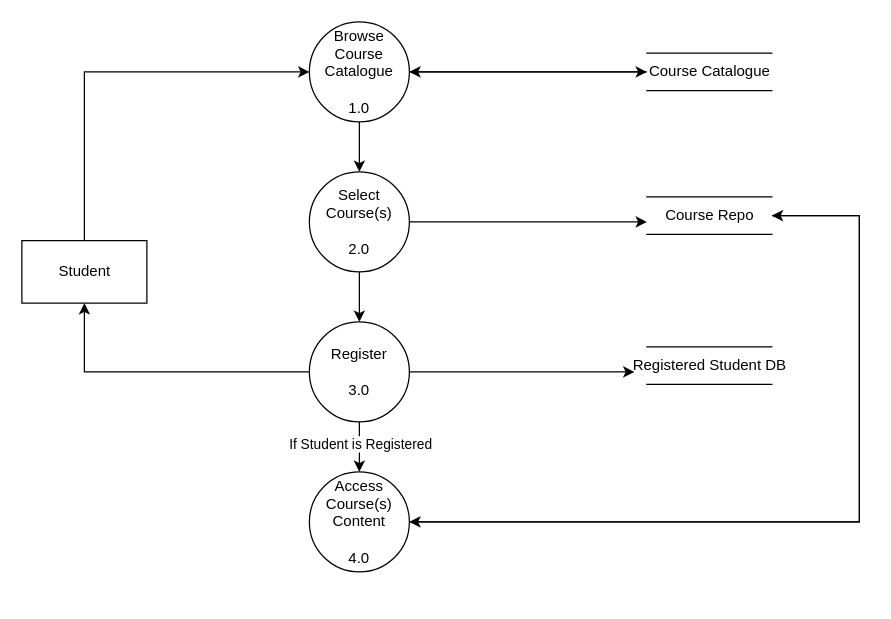
Earlier version of the draw.io diagram Level 1 Student.drawio (kunaldas926/Software-Engineering-Lab). Source tidied: cells renumbered, new cells numbered last; positions are measured from the earlier drawing's top-left corner, leaving out a move shared by most shapes. Both pictures are drawn from the tidied source at 125%, with x=0, y=0 at pixel (21, 21).
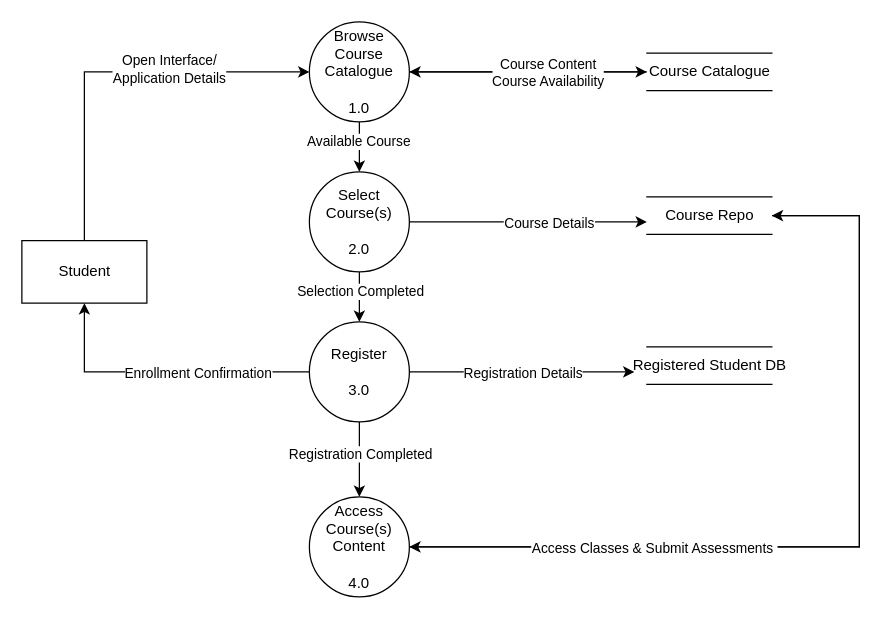
The same diagram, later.

The change refers to these unchanged cells:
```xml
<mxCell id="2" style="edgeStyle=orthogonalEdgeStyle;rounded=0;jettySize=auto;html=1;exitX=0.5;exitY=1;exitDx=0;exitDy=0;entryX=0.5;entryY=0;entryDx=0;entryDy=0;" parent="1" edge="1" source="4" target="7">
  <mxGeometry relative="1" as="geometry" />
</mxCell>
<mxCell id="5" style="edgeStyle=orthogonalEdgeStyle;rounded=0;jettySize=auto;html=1;" parent="1" edge="1" source="7" target="11">
  <mxGeometry relative="1" as="geometry" />
</mxCell>
<mxCell id="6" style="edgeStyle=orthogonalEdgeStyle;rounded=0;jettySize=auto;html=1;entryX=0;entryY=0.667;entryDx=0;entryDy=0;entryPerimeter=0;" parent="1" edge="1" source="7" target="15">
  <mxGeometry relative="1" as="geometry" />
</mxCell>
<mxCell id="8" style="edgeStyle=orthogonalEdgeStyle;rounded=0;jettySize=auto;html=1;entryX=0.5;entryY=1;entryDx=0;entryDy=0;exitX=0;exitY=0.5;exitDx=0;exitDy=0;" parent="1" edge="1" source="11" target="18">
  <mxGeometry relative="1" as="geometry">
    <Array as="points">
      <mxPoint x="50" y="280" />
    </Array>
  </mxGeometry>
</mxCell>
<mxCell id="9" style="edgeStyle=orthogonalEdgeStyle;rounded=0;jettySize=auto;html=1;entryX=0.5;entryY=0;entryDx=0;entryDy=0;" parent="1" edge="1" source="11" target="20">
  <mxGeometry relative="1" as="geometry" />
</mxCell>
<mxCell id="12" style="edgeStyle=orthogonalEdgeStyle;rounded=0;jettySize=auto;html=1;entryX=1;entryY=0.5;entryDx=0;entryDy=0;" parent="1" edge="1" source="13" target="4">
  <mxGeometry relative="1" as="geometry" />
</mxCell>
<mxCell id="15" value="Course Repo" style="html=1;dashed=0;whitespace=wrap;shape=partialRectangle;right=0;left=0;" parent="1" vertex="1">
  <mxGeometry x="500" y="140" width="100" height="30" as="geometry" />
</mxCell>
<mxCell id="17" style="edgeStyle=orthogonalEdgeStyle;rounded=0;jettySize=auto;html=1;entryX=0;entryY=0.5;entryDx=0;entryDy=0;" parent="1" edge="1" source="18" target="4">
  <mxGeometry relative="1" as="geometry">
    <Array as="points">
      <mxPoint x="50" y="40" />
    </Array>
  </mxGeometry>
</mxCell>
<mxCell id="21" style="endArrow=classic;html=1;exitX=1;exitY=0.5;exitDx=0;exitDy=0;" parent="1" edge="1" source="11">
  <mxGeometry relative="1" as="geometry">
    <mxPoint x="490" y="280" as="targetPoint" />
  </mxGeometry>
</mxCell>
```

Diff of the diagram source:
```diff
@@
+    <mxCell id="22" value="Available Course&amp;nbsp;" style="edgeLabel;html=1;align=center;verticalAlign=middle;" parent="2" vertex="1">
+      <mxGeometry x="-0.25" relative="1" as="geometry" />
+    </mxCell>
@@
+    <mxCell id="23" value="Selection Completed" style="edgeLabel;html=1;align=center;verticalAlign=middle;" parent="5" vertex="1">
+      <mxGeometry x="-0.25" relative="1" as="geometry" />
+    </mxCell>
@@
+    <mxCell id="24" value="Course Details" style="edgeLabel;html=1;align=center;verticalAlign=middle;" parent="6" vertex="1">
+      <mxGeometry x="0.18" y="-2" relative="1" as="geometry">
+        <mxPoint y="-2" as="offset" />
+      </mxGeometry>
+    </mxCell>
@@
+    <mxCell id="25" value="Enrollment Confirmation" style="edgeLabel;html=1;align=center;verticalAlign=middle;" parent="8" vertex="1">
+      <mxGeometry x="-0.08" y="-1" relative="1" as="geometry">
+        <mxPoint x="18.3" y="1" as="offset" />
+      </mxGeometry>
+    </mxCell>
@@
-    <mxCell id="10" value="If Student is Registered" style="edgeLabel;html=1;align=center;verticalAlign=middle;" parent="9" vertex="1">
+    <mxCell id="10" value="Registration Completed" style="edgeLabel;html=1;align=center;verticalAlign=middle;" parent="9" vertex="1">
       <mxGeometry x="-0.16" relative="1" as="geometry" />
     </mxCell>
@@
+    <mxCell id="26" value="Course Content&lt;br&gt;Course Availability" style="edgeLabel;html=1;align=center;verticalAlign=middle;" parent="12" vertex="1">
+      <mxGeometry x="0.15" y="-3" relative="1" as="geometry">
+        <mxPoint x="29.2" y="3" as="offset" />
+      </mxGeometry>
+    </mxCell>
@@
-    <mxCell id="14" style="edgeStyle=orthogonalEdgeStyle;rounded=0;jettySize=auto;html=1;" parent="1" edge="1" source="15">
+    <mxCell id="14" style="edgeStyle=orthogonalEdgeStyle;rounded=0;jettySize=auto;html=1;" parent="1" edge="1" source="15" target="20">
       <mxGeometry relative="1" as="geometry">
-        <mxPoint x="310" y="400" as="targetPoint" />
         <Array as="points">
           <mxPoint x="670" y="155" />
-          <mxPoint x="670" y="400" />
+          <mxPoint x="670" y="420" />
         </Array>
       </mxGeometry>
     </mxCell>
@@
+    <mxCell id="27" value="Open Interface/&lt;br&gt;Application Details" style="edgeLabel;html=1;align=center;verticalAlign=middle;" parent="17" vertex="1">
+      <mxGeometry x="0.28" y="3" relative="1" as="geometry" />
+    </mxCell>
@@
     <mxCell id="19" style="edgeStyle=orthogonalEdgeStyle;rounded=0;jettySize=auto;html=1;entryX=1;entryY=0.5;entryDx=0;entryDy=0;" parent="1" edge="1" source="20" target="15">
       <mxGeometry relative="1" as="geometry">
         <Array as="points">
-          <mxPoint x="670" y="400" />
+          <mxPoint x="670" y="420" />
           <mxPoint x="670" y="155" />
         </Array>
       </mxGeometry>
     </mxCell>
+    <mxCell id="28" value="Access Classes &amp;amp; Submit Assessments&amp;nbsp;" style="edgeLabel;html=1;align=center;verticalAlign=middle;" parent="19" vertex="1">
+      <mxGeometry x="-0.44" y="-2" relative="1" as="geometry">
+        <mxPoint x="0.8" y="-2" as="offset" />
+      </mxGeometry>
+    </mxCell>
     <mxCell id="20" value="Access Course(s) Content&lt;br&gt;&lt;br&gt;4.0" style="ellipse;whiteSpace=wrap;html=1;" parent="1" vertex="1">
-      <mxGeometry x="230" y="360" width="80" height="80" as="geometry" />
+      <mxGeometry x="230" y="380" width="80" height="80" as="geometry" />
     </mxCell>
@@
+    <mxCell id="29" value="Registration Details" style="edgeLabel;html=1;align=center;verticalAlign=middle;" parent="21" vertex="1">
+      <mxGeometry x="0.28" y="1" relative="1" as="geometry">
+        <mxPoint x="-25" y="1" as="offset" />
+      </mxGeometry>
+    </mxCell>
```
